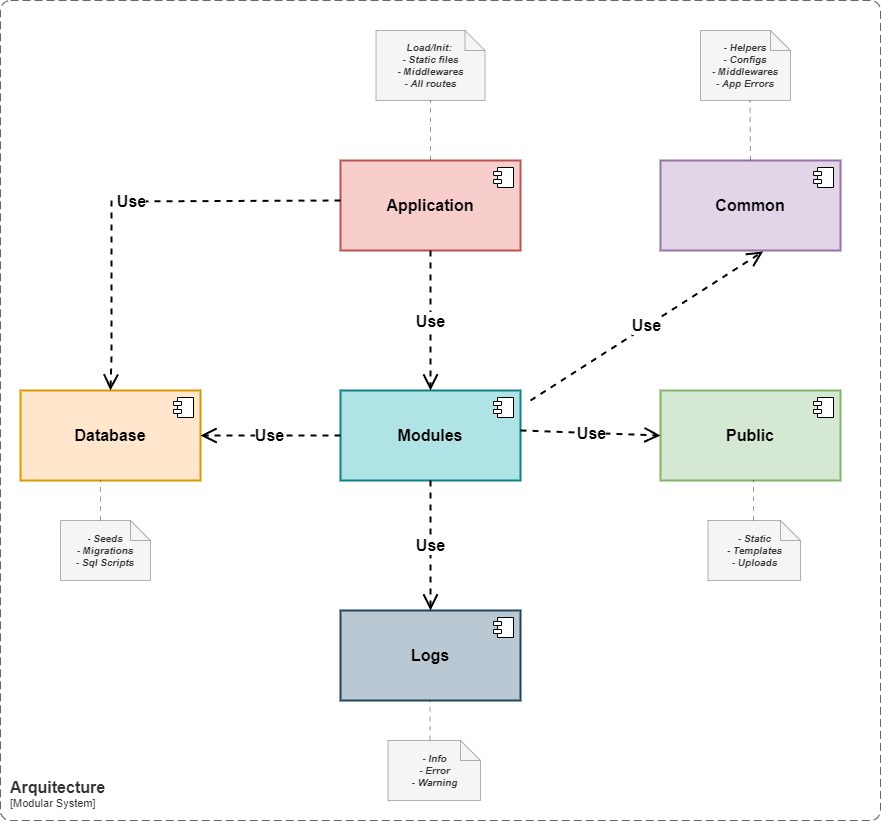
Earlier version of the draw.io export docs/_diagrams/Modular Architecture.png (ortizdavid/golang-modular-software). Source tidied: cells renumbered, new cells last; positions are measured from the earlier drawing's top-left corner, leaving out a move shared by most shapes.
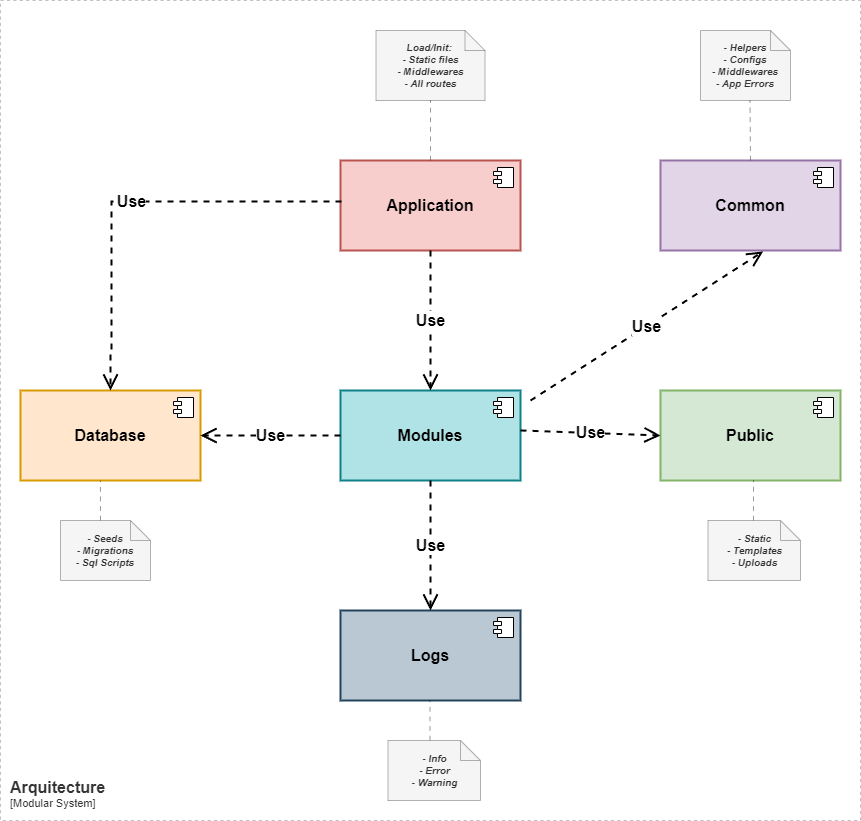
The same diagram one commit later.

What changed in the source:
```diff
@@ -119,8 +119,8 @@
       </mxGeometry>
     </mxCell>
     <object id="30" label="&lt;font style=&quot;font-size: 16px&quot;&gt;&lt;b&gt;&lt;div style=&quot;text-align: left&quot;&gt;%c4Name%&lt;/div&gt;&lt;/b&gt;&lt;/font&gt;&lt;div style=&quot;text-align: left&quot;&gt;[%c4Application%]&lt;/div&gt;" c4Application="Modular System" c4Name="Arquitecture" c4Type="SystemScopeBoundary" placeholders="1">
-      <mxCell style="rounded=1;fontSize=11;whiteSpace=wrap;html=1;dashed=1;arcSize=20;fillColor=none;strokeColor=#666666;fontColor=#333333;labelBackgroundColor=none;align=left;verticalAlign=bottom;labelBorderColor=none;spacingTop=0;spacing=10;dashPattern=8 4;perimeter=rectanglePerimeter;noLabel=0;labelPadding=0;absoluteArcSize=1;" parent="1" vertex="1">
-        <mxGeometry width="880" height="820" as="geometry" />
+      <mxCell style="rounded=0;fontSize=11;whiteSpace=wrap;html=1;dashed=1;arcSize=20;fillColor=none;strokeColor=#666666;fontColor=#333333;labelBackgroundColor=none;align=left;verticalAlign=bottom;labelBorderColor=none;spacingTop=0;spacing=10;dashPattern=8 8;perimeter=rectanglePerimeter;noLabel=0;labelPadding=0;absoluteArcSize=1;strokeWidth=0.4;" parent="1" vertex="1">
+        <mxGeometry width="860" height="820" as="geometry" />
       </mxCell>
     </object>
   </root>
```
